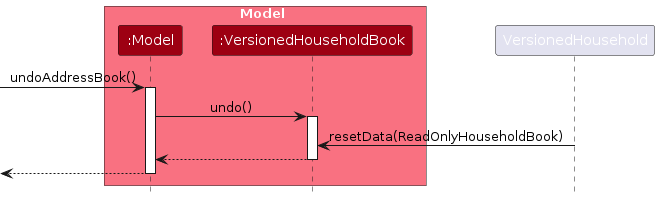
This is diagrams/UndoSequenceDiagram-Model.png from AY2425S2-CS2103T-F10-2/tp, a PlantUML export, as it was before one commit. Its source is kept beside it as diagrams/UndoSequenceDiagram-Model.puml.
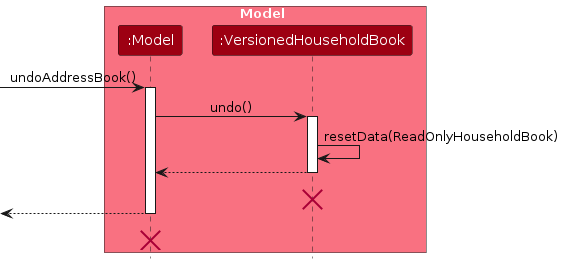
After the commit.

Diff of the diagram source:
```diff
@@ -13,11 +13,14 @@
 Model -> VersionedHouseholdBook : undo()
 activate VersionedHouseholdBook
 
-VersionedHousehold -> VersionedHouseholdBook :resetData(ReadOnlyHouseholdBook)
+VersionedHouseholdBook -> VersionedHouseholdBook :resetData(ReadOnlyHouseholdBook)
 VersionedHouseholdBook --> Model :
 deactivate VersionedHouseholdBook
+VersionedHouseholdBook -[hidden]> VersionedHouseholdBook :
+destroy VersionedHouseholdBook
 
 [<-- Model
 deactivate Model
-
+Model -[hidden]> Model :
+destroy Model
 @enduml
```
